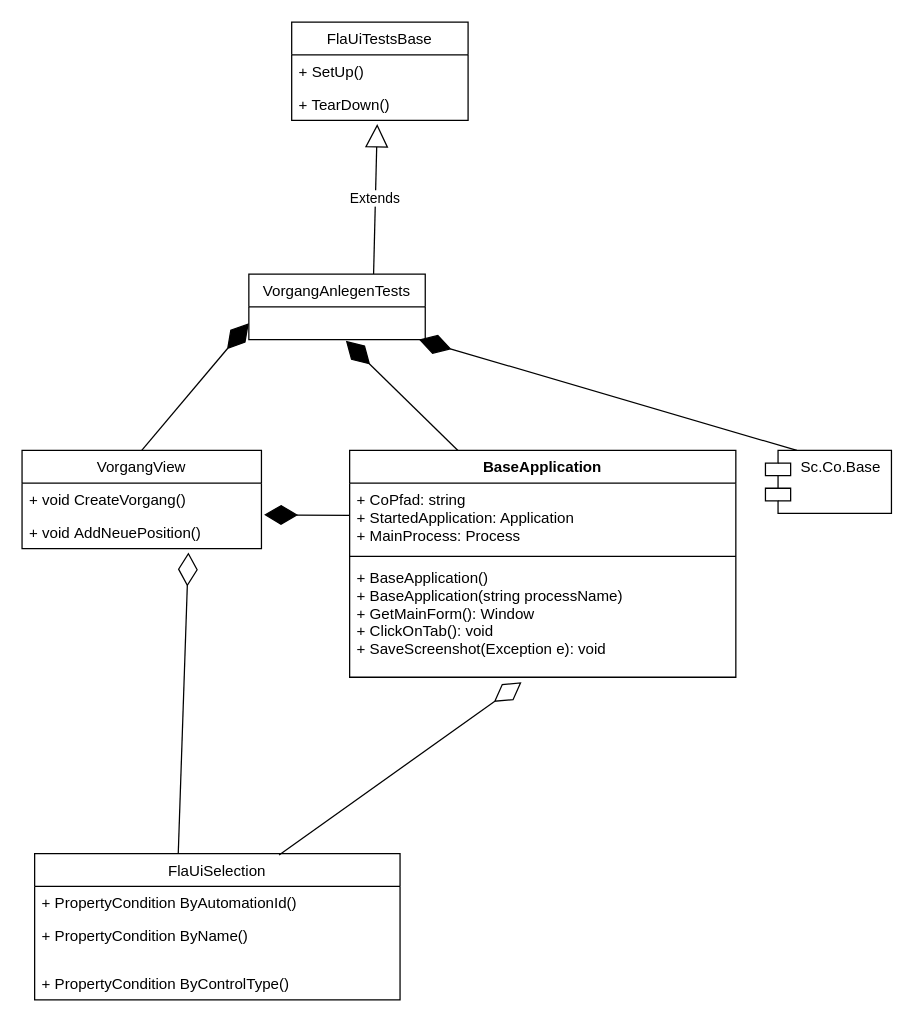
Above: page "Class Diagram" (1 of 2) of testclass diagram.drawio in tuannguyenvn/DrawIO (draw.io), before the change. Source tidied: cells renumbered, new cells numbered last; positions are measured from the earlier drawing's top-left corner, leaving out a move shared by most shapes. Both pictures are drawn from the tidied source at 126%, with x=0, y=0 at pixel (21, 21).
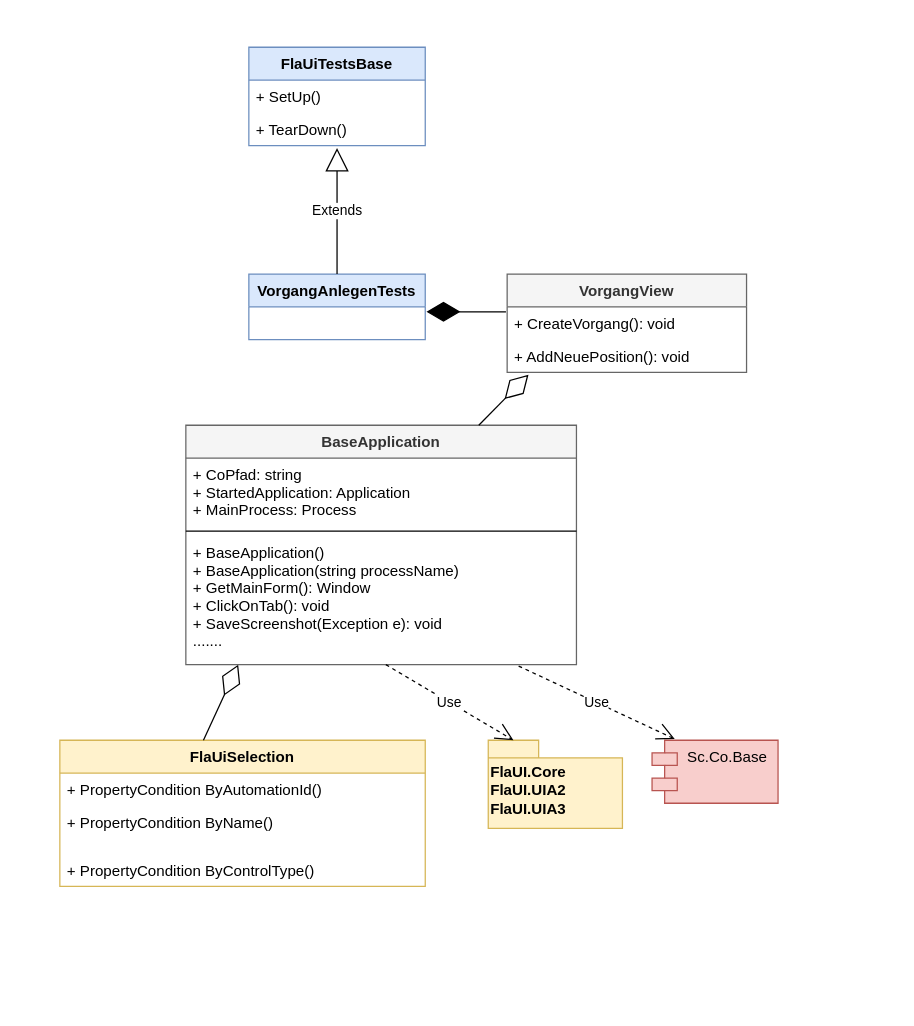
Above is the later version.

Unchanged cells that the change refers to:
```xml
<mxCell id="3" value="  " style="text;strokeColor=none;fillColor=none;align=left;verticalAlign=top;spacingLeft=4;spacingRight=4;overflow=hidden;points=[[0,0.5],[1,0.5]];portConstraint=eastwest;" parent="2" vertex="1">
  <mxGeometry y="26" width="140" height="26" as="geometry" />
</mxCell>
```

The edit, as a diff of the source:
```diff
@@
-    <mxCell id="2" value="VorgangAnlegenTests" style="swimlane;fontStyle=0;horizontal=1;startSize=26;fillColor=none;" parent="1" vertex="1">
+    <mxCell id="2" value="VorgangAnlegenTests" style="swimlane;fontStyle=1;horizontal=1;startSize=26;fillColor=#dae8fc;strokeColor=#6c8ebf;" parent="1" vertex="1">
       <mxGeometry x="180" y="200" width="140" height="52" as="geometry" />
     </mxCell>
@@
-    <mxCell id="4" value="FlaUiTestsBase" style="swimlane;fontStyle=0;horizontal=1;startSize=26;fillColor=none;" parent="1" vertex="1">
-      <mxGeometry x="214" width="140" height="78" as="geometry" />
+    <mxCell id="4" value="FlaUiTestsBase" style="swimlane;fontStyle=1;horizontal=1;startSize=26;fillColor=#dae8fc;strokeColor=#6c8ebf;" parent="1" vertex="1">
+      <mxGeometry x="180" y="20" width="140" height="78" as="geometry" />
     </mxCell>
@@
-    <mxCell id="7" value="Extends" style="endArrow=block;endSize=16;endFill=0;html=1;rounded=0;entryX=0.271;entryY=1.115;entryDx=0;entryDy=0;exitX=0.75;exitY=0;exitDx=0;exitDy=0;entryPerimeter=0;" parent="1" edge="1">
+    <mxCell id="7" value="Extends" style="endArrow=block;endSize=16;endFill=0;html=1;rounded=0;exitX=0.75;exitY=0;exitDx=0;exitDy=0;" parent="1" edge="1">
       <mxGeometry relative="1" as="geometry">
-        <mxPoint x="279" y="200" as="sourcePoint" />
-        <mxPoint x="281.9" y="81" as="targetPoint" />
+        <mxPoint x="250" y="200" as="sourcePoint" />
+        <mxPoint x="250" y="100" as="targetPoint" />
       </mxGeometry>
     </mxCell>
-    <mxCell id="8" value="VorgangView" style="swimlane;fontStyle=0;horizontal=1;startSize=26;fillColor=none;" parent="1" vertex="1">
-      <mxGeometry y="340" width="190" height="78" as="geometry" />
+    <mxCell id="8" value="VorgangView" style="swimlane;fontStyle=1;horizontal=1;startSize=26;fillColor=#f5f5f5;fontColor=#333333;strokeColor=#666666;" parent="1" vertex="1">
+      <mxGeometry x="385" y="200" width="190" height="78" as="geometry" />
     </mxCell>
-    <mxCell id="9" value="+ void CreateVorgang()" style="text;strokeColor=none;fillColor=none;align=left;verticalAlign=top;spacingLeft=4;spacingRight=4;overflow=hidden;points=[[0,0.5],[1,0.5]];portConstraint=eastwest;" parent="8" vertex="1">
+    <mxCell id="9" value="+ CreateVorgang(): void" style="text;strokeColor=none;fillColor=none;align=left;verticalAlign=top;spacingLeft=4;spacingRight=4;overflow=hidden;points=[[0,0.5],[1,0.5]];portConstraint=eastwest;" parent="8" vertex="1">
       <mxGeometry y="26" width="190" height="26" as="geometry" />
     </mxCell>
-    <mxCell id="10" value="+ void AddNeuePosition()" style="text;strokeColor=none;fillColor=none;align=left;verticalAlign=top;spacingLeft=4;spacingRight=4;overflow=hidden;points=[[0,0.5],[1,0.5]];portConstraint=eastwest;" parent="8" vertex="1">
+    <mxCell id="10" value="+ AddNeuePosition(): void" style="text;strokeColor=none;fillColor=none;align=left;verticalAlign=top;spacingLeft=4;spacingRight=4;overflow=hidden;points=[[0,0.5],[1,0.5]];portConstraint=eastwest;" parent="8" vertex="1">
       <mxGeometry y="52" width="190" height="26" as="geometry" />
     </mxCell>
-    <mxCell id="11" value="Sc.Co.Base" style="shape=module;align=left;spacingLeft=20;align=center;verticalAlign=top;" parent="1" vertex="1">
-      <mxGeometry x="590" y="340" width="100" height="50" as="geometry" />
+    <mxCell id="11" value="Sc.Co.Base" style="shape=module;align=left;spacingLeft=20;align=center;verticalAlign=top;fillColor=#f8cecc;strokeColor=#b85450;" parent="1" vertex="1">
+      <mxGeometry x="500" y="570" width="100" height="50" as="geometry" />
     </mxCell>
-    <mxCell id="12" value="FlaUiSelection" style="swimlane;fontStyle=0;horizontal=1;startSize=26;fillColor=none;" parent="1" vertex="1">
-      <mxGeometry x="10" y="660" width="290" height="116" as="geometry" />
+    <mxCell id="12" value="FlaUiSelection" style="swimlane;fontStyle=1;horizontal=1;startSize=26;fillColor=#fff2cc;strokeColor=#d6b656;" parent="1" vertex="1">
+      <mxGeometry x="30" y="570" width="290" height="116" as="geometry" />
     </mxCell>
@@
-    <mxCell id="16" style="endArrow=diamondThin;endFill=1;endSize=24;html=1;rounded=0;entryX=0;entryY=0.5;entryDx=0;entryDy=0;exitX=0.5;exitY=0;exitDx=0;exitDy=0;" parent="1" edge="1" source="8" target="3">
+    <mxCell id="16" style="endArrow=diamondThin;endFill=1;endSize=24;html=1;rounded=0;entryX=1.007;entryY=0.154;entryDx=0;entryDy=0;entryPerimeter=0;exitX=-0.005;exitY=0.154;exitDx=0;exitDy=0;exitPerimeter=0;" parent="1" edge="1" source="9" target="3">
       <mxGeometry relative="1" as="geometry" />
     </mxCell>
-    <mxCell id="17" style="endArrow=diamondThin;endFill=1;endSize=24;html=1;rounded=0;exitX=0.287;exitY=0.011;exitDx=0;exitDy=0;entryX=0.364;entryY=1.038;entryDx=0;entryDy=0;entryPerimeter=0;exitPerimeter=0;" parent="1" edge="1" source="21">
-      <mxGeometry relative="1" as="geometry">
-        <mxPoint x="257" y="253" as="targetPoint" />
-      </mxGeometry>
-    </mxCell>
-    <mxCell id="18" style="endArrow=diamondThin;endFill=1;endSize=24;html=1;rounded=0;exitX=0.25;exitY=0;exitDx=0;exitDy=0;entryX=0.964;entryY=1;entryDx=0;entryDy=0;entryPerimeter=0;" parent="1" edge="1" source="11" target="3">
-      <mxGeometry relative="1" as="geometry" />
-    </mxCell>
-    <mxCell id="19" style="endArrow=diamondThin;endFill=0;endSize=24;html=1;rounded=0;exitX=0.669;exitY=0.009;exitDx=0;exitDy=0;exitPerimeter=0;entryX=0.445;entryY=1.043;entryDx=0;entryDy=0;entryPerimeter=0;" parent="1" edge="1" source="12" target="24">
-      <mxGeometry relative="1" as="geometry" />
-    </mxCell>
-    <mxCell id="20" style="endArrow=diamondThin;endFill=0;endSize=24;html=1;rounded=0;entryX=0.695;entryY=1.115;entryDx=0;entryDy=0;entryPerimeter=0;exitX=0.393;exitY=0;exitDx=0;exitDy=0;exitPerimeter=0;" parent="1" edge="1" source="12" target="10">
+    <mxCell id="20" style="endArrow=diamondThin;endFill=0;endSize=24;html=1;rounded=0;entryX=0.134;entryY=1;entryDx=0;entryDy=0;entryPerimeter=0;exitX=0.393;exitY=0;exitDx=0;exitDy=0;exitPerimeter=0;" parent="1" edge="1" source="12" target="24">
       <mxGeometry relative="1" as="geometry" />
     </mxCell>
-    <mxCell id="21" value="BaseApplication" style="swimlane;fontStyle=1;align=center;verticalAlign=top;horizontal=1;startSize=26;" parent="1" vertex="1">
-      <mxGeometry x="260" y="340" width="306.5" height="180" as="geometry" />
+    <mxCell id="21" value="BaseApplication" style="swimlane;fontStyle=1;align=center;verticalAlign=top;horizontal=1;startSize=26;fillColor=#f5f5f5;fontColor=#333333;strokeColor=#666666;" parent="1" vertex="1">
+      <mxGeometry x="130" y="320" width="310" height="190" as="geometry" />
     </mxCell>
     <mxCell id="22" value="+ CoPfad: string&#10;+ StartedApplication: Application&#10;+ MainProcess: Process" style="text;strokeColor=none;fillColor=none;align=left;verticalAlign=top;spacingLeft=4;spacingRight=4;overflow=hidden;points=[[0,0.5],[1,0.5]];portConstraint=eastwest;" parent="21" vertex="1">
-      <mxGeometry y="26" width="306.5" height="54" as="geometry" />
+      <mxGeometry y="26" width="310" height="54" as="geometry" />
     </mxCell>
     <mxCell id="23" style="line;strokeWidth=1;fillColor=none;align=left;verticalAlign=middle;spacingTop=-1;spacingLeft=3;spacingRight=3;labelPosition=right;" parent="21" vertex="1">
-      <mxGeometry y="80" width="306.5" height="8" as="geometry" />
+      <mxGeometry y="80" width="310" height="8" as="geometry" />
     </mxCell>
-    <mxCell id="24" value="+ BaseApplication()&#10;+ BaseApplication(string processName)&#10;+ GetMainForm(): Window&#10;+ ClickOnTab(): void&#10;+ SaveScreenshot(Exception e): void" style="text;strokeColor=none;fillColor=none;align=left;verticalAlign=top;spacingLeft=4;spacingRight=4;overflow=hidden;points=[[0,0.5],[1,0.5]];portConstraint=eastwest;" parent="21" vertex="1">
-      <mxGeometry y="88" width="306.5" height="92" as="geometry" />
+    <mxCell id="24" value="+ BaseApplication()&#10;+ BaseApplication(string processName)&#10;+ GetMainForm(): Window&#10;+ ClickOnTab(): void&#10;+ SaveScreenshot(Exception e): void&#10;......." style="text;strokeColor=none;fillColor=none;align=left;verticalAlign=top;spacingLeft=4;spacingRight=4;overflow=hidden;points=[[0,0.5],[1,0.5]];portConstraint=eastwest;" parent="21" vertex="1">
+      <mxGeometry y="88" width="310" height="102" as="geometry" />
     </mxCell>
-    <mxCell id="25" style="endArrow=diamondThin;endFill=1;endSize=24;html=1;rounded=0;entryX=1.011;entryY=-0.038;entryDx=0;entryDy=0;entryPerimeter=0;" parent="1" edge="1" source="22" target="10">
-      <mxGeometry relative="1" as="geometry" />
-    </mxCell>
+    <mxCell id="26" value="FlaUI.Core&lt;br&gt;FlaUI.UIA2&lt;br&gt;FlaUI.UIA3" style="shape=folder;fontStyle=1;spacingTop=10;tabWidth=40;tabHeight=14;tabPosition=left;html=1;align=left;fillColor=#fff2cc;strokeColor=#d6b656;" parent="1" vertex="1">
+      <mxGeometry x="370" y="570" width="106.5" height="70" as="geometry" />
+    </mxCell>
+    <mxCell id="27" style="endArrow=diamondThin;endFill=0;endSize=24;html=1;rounded=0;entryX=0.089;entryY=1.077;entryDx=0;entryDy=0;entryPerimeter=0;exitX=0.75;exitY=0;exitDx=0;exitDy=0;" parent="1" edge="1" source="21" target="10">
+      <mxGeometry relative="1" as="geometry" />
+    </mxCell>
+    <mxCell id="28" value="Use" style="endArrow=open;endSize=12;dashed=1;html=1;rounded=0;exitX=0.512;exitY=1;exitDx=0;exitDy=0;exitPerimeter=0;entryX=0;entryY=0;entryDx=20;entryDy=0;entryPerimeter=0;" parent="1" edge="1" source="24" target="26">
+      <mxGeometry relative="1" as="geometry" />
+    </mxCell>
+    <mxCell id="29" value="Use" style="endArrow=open;endSize=12;dashed=1;html=1;rounded=0;exitX=0.852;exitY=1.011;exitDx=0;exitDy=0;exitPerimeter=0;entryX=0.18;entryY=-0.02;entryDx=0;entryDy=0;entryPerimeter=0;" parent="1" edge="1" source="24" target="11">
+      <mxGeometry relative="1" as="geometry" />
+    </mxCell>
```
